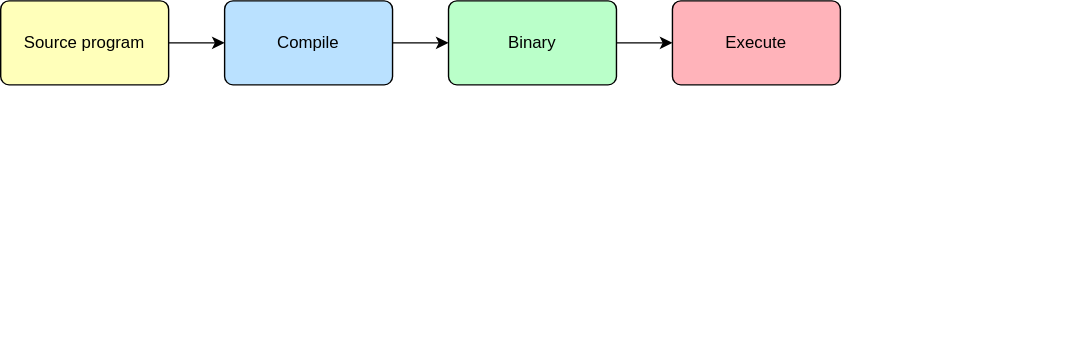
The draw.io diagram public/images/pgo/pgo4.svg in zBION1C/phd_presentation, before a commit. Source tidied: cells renumbered, new cells last; positions are measured from the earlier drawing's top-left corner, leaving out a move shared by most shapes.
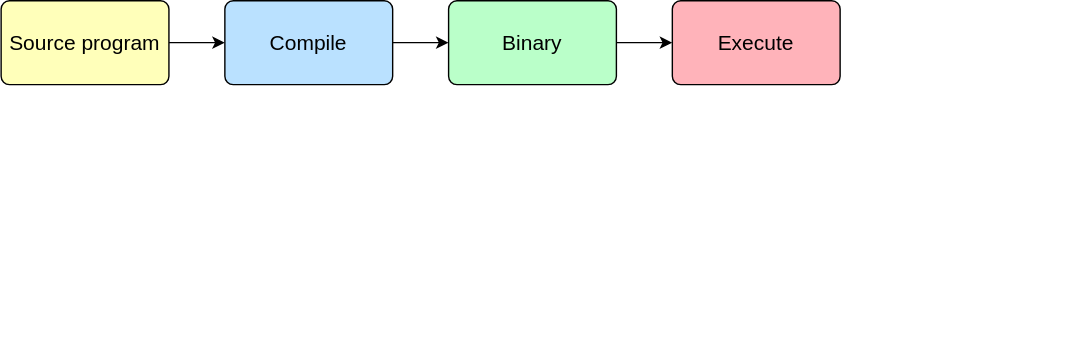
After the commit.

Change to the diagram source:
```diff
@@ -2,46 +2,46 @@
   <root>
     <mxCell id="0" />
     <mxCell id="1" parent="0" />
-    <mxCell id="2" style="edgeStyle=orthogonalEdgeStyle;rounded=0;jettySize=auto;html=1;" parent="1" edge="1" source="4" target="6">
+    <mxCell id="2" style="edgeStyle=orthogonalEdgeStyle;rounded=0;jettySize=auto;html=1;fontSize=15;" parent="1" edge="1" source="4" target="6">
       <mxGeometry relative="1" as="geometry" />
     </mxCell>
-    <mxCell id="3" style="edgeStyle=orthogonalEdgeStyle;rounded=1;jettySize=auto;html=1;exitX=0.5;exitY=1;exitDx=0;exitDy=0;entryX=0;entryY=0.5;entryDx=0;entryDy=0;strokeColor=default;align=center;verticalAlign=middle;arcSize=10;fontFamily=Helvetica;fontSize=12;fontColor=default;labelBackgroundColor=default;endArrow=classic;fillColor=#BAFFC9;opacity=0;textOpacity=0;" parent="1" edge="1" source="4" target="14">
+    <mxCell id="3" style="edgeStyle=orthogonalEdgeStyle;rounded=1;jettySize=auto;html=1;exitX=0.5;exitY=1;exitDx=0;exitDy=0;entryX=0;entryY=0.5;entryDx=0;entryDy=0;strokeColor=default;align=center;verticalAlign=middle;arcSize=10;fontFamily=Helvetica;fontSize=15;fontColor=default;labelBackgroundColor=default;endArrow=classic;fillColor=#BAFFC9;opacity=0;textOpacity=0;" parent="1" edge="1" source="4" target="14">
       <mxGeometry relative="1" as="geometry" />
     </mxCell>
-    <mxCell id="4" value="Source program" style="rounded=1;whiteSpace=wrap;html=1;arcSize=10;strokeColor=default;align=center;verticalAlign=middle;fontFamily=Helvetica;fontSize=12;fontColor=default;fillColor=#FFFFBA;fillOpacity=100;strokeOpacity=100;" parent="1" vertex="1">
+    <mxCell id="4" value="Source program" style="rounded=1;whiteSpace=wrap;html=1;arcSize=10;strokeColor=default;align=center;verticalAlign=middle;fontFamily=Helvetica;fontSize=15;fontColor=default;fillColor=#FFFFBA;fillOpacity=100;strokeOpacity=100;" parent="1" vertex="1">
       <mxGeometry width="120" height="60" as="geometry" />
     </mxCell>
-    <mxCell id="5" style="edgeStyle=orthogonalEdgeStyle;rounded=0;jettySize=auto;html=1;" parent="1" edge="1" source="6" target="8">
+    <mxCell id="5" style="edgeStyle=orthogonalEdgeStyle;rounded=0;jettySize=auto;html=1;fontSize=15;" parent="1" edge="1" source="6" target="8">
       <mxGeometry relative="1" as="geometry" />
     </mxCell>
-    <mxCell id="6" value="Compile" style="rounded=1;whiteSpace=wrap;html=1;arcSize=10;align=center;verticalAlign=middle;fontFamily=Helvetica;fontSize=12;fillOpacity=100;strokeOpacity=100;fillColor=#BAE1FF;" parent="1" vertex="1">
+    <mxCell id="6" value="Compile" style="rounded=1;whiteSpace=wrap;html=1;arcSize=10;align=center;verticalAlign=middle;fontFamily=Helvetica;fontSize=15;fillOpacity=100;strokeOpacity=100;fillColor=#BAE1FF;" parent="1" vertex="1">
       <mxGeometry x="160" width="120" height="60" as="geometry" />
     </mxCell>
-    <mxCell id="7" style="edgeStyle=orthogonalEdgeStyle;rounded=0;jettySize=auto;html=1;" parent="1" edge="1" source="8" target="10">
+    <mxCell id="7" style="edgeStyle=orthogonalEdgeStyle;rounded=0;jettySize=auto;html=1;fontSize=15;" parent="1" edge="1" source="8" target="10">
       <mxGeometry relative="1" as="geometry" />
     </mxCell>
-    <mxCell id="8" value="Binary" style="rounded=1;whiteSpace=wrap;html=1;arcSize=10;strokeColor=default;align=center;verticalAlign=middle;fontFamily=Helvetica;fontSize=12;fontColor=default;fillColor=#BAFFC9;fillOpacity=100;strokeOpacity=100;" parent="1" vertex="1">
+    <mxCell id="8" value="Binary" style="rounded=1;whiteSpace=wrap;html=1;arcSize=10;strokeColor=default;align=center;verticalAlign=middle;fontFamily=Helvetica;fontSize=15;fontColor=default;fillColor=#BAFFC9;fillOpacity=100;strokeOpacity=100;" parent="1" vertex="1">
       <mxGeometry x="320" width="120" height="60" as="geometry" />
     </mxCell>
-    <mxCell id="9" style="edgeStyle=orthogonalEdgeStyle;rounded=0;jettySize=auto;html=1;opacity=0;textOpacity=0;" parent="1" edge="1" source="10" target="12">
+    <mxCell id="9" style="edgeStyle=orthogonalEdgeStyle;rounded=0;jettySize=auto;html=1;opacity=0;textOpacity=0;fontSize=15;" parent="1" edge="1" source="10" target="12">
       <mxGeometry relative="1" as="geometry" />
     </mxCell>
-    <mxCell id="10" value="Execute" style="rounded=1;whiteSpace=wrap;html=1;arcSize=10;strokeColor=default;align=center;verticalAlign=middle;fontFamily=Helvetica;fontSize=12;fontColor=default;fillColor=#FFB3BA;fillOpacity=100;strokeOpacity=100;" parent="1" vertex="1">
+    <mxCell id="10" value="Execute" style="rounded=1;whiteSpace=wrap;html=1;arcSize=10;strokeColor=default;align=center;verticalAlign=middle;fontFamily=Helvetica;fontSize=15;fontColor=default;fillColor=#FFB3BA;fillOpacity=100;strokeOpacity=100;" parent="1" vertex="1">
       <mxGeometry x="480" width="120" height="60" as="geometry" />
     </mxCell>
-    <mxCell id="11" style="edgeStyle=orthogonalEdgeStyle;rounded=1;jettySize=auto;html=1;exitX=0.5;exitY=1;exitDx=0;exitDy=0;entryX=1;entryY=0.5;entryDx=0;entryDy=0;strokeColor=default;align=center;verticalAlign=middle;arcSize=10;fontFamily=Helvetica;fontSize=12;fontColor=default;fillColor=#BAFFC9;opacity=0;textOpacity=0;" parent="1" edge="1" source="12" target="14">
+    <mxCell id="11" style="edgeStyle=orthogonalEdgeStyle;rounded=1;jettySize=auto;html=1;exitX=0.5;exitY=1;exitDx=0;exitDy=0;entryX=1;entryY=0.5;entryDx=0;entryDy=0;strokeColor=default;align=center;verticalAlign=middle;arcSize=10;fontFamily=Helvetica;fontSize=15;fontColor=default;fillColor=#BAFFC9;opacity=0;textOpacity=0;" parent="1" edge="1" source="12" target="14">
       <mxGeometry relative="1" as="geometry" />
     </mxCell>
-    <mxCell id="12" value="Profile" style="rounded=1;whiteSpace=wrap;html=1;arcSize=10;strokeColor=default;align=center;verticalAlign=middle;fontFamily=Helvetica;fontSize=12;fontColor=default;fillColor=#FFDFBA;fillOpacity=100;strokeOpacity=100;opacity=0;textOpacity=0;" parent="1" vertex="1">
+    <mxCell id="12" value="Profile" style="rounded=1;whiteSpace=wrap;html=1;arcSize=10;strokeColor=default;align=center;verticalAlign=middle;fontFamily=Helvetica;fontSize=15;fontColor=default;fillColor=#FFDFBA;fillOpacity=100;strokeOpacity=100;opacity=0;textOpacity=0;" parent="1" vertex="1">
       <mxGeometry x="640" width="120" height="60" as="geometry" />
     </mxCell>
-    <mxCell id="13" style="edgeStyle=orthogonalEdgeStyle;rounded=0;jettySize=auto;html=1;opacity=0;textOpacity=0;" parent="1" edge="1" source="14" target="15">
+    <mxCell id="13" style="edgeStyle=orthogonalEdgeStyle;rounded=0;jettySize=auto;html=1;opacity=0;textOpacity=0;fontSize=15;" parent="1" edge="1" source="14" target="15">
       <mxGeometry relative="1" as="geometry" />
     </mxCell>
-    <mxCell id="14" value="Compile" style="rounded=1;whiteSpace=wrap;html=1;arcSize=10;strokeColor=default;align=center;verticalAlign=middle;fontFamily=Helvetica;fontSize=12;fontColor=default;fillColor=#BAE1FF;fillOpacity=100;strokeOpacity=100;opacity=0;textOpacity=0;" parent="1" vertex="1">
+    <mxCell id="14" value="Compile" style="rounded=1;whiteSpace=wrap;html=1;arcSize=10;strokeColor=default;align=center;verticalAlign=middle;fontFamily=Helvetica;fontSize=15;fontColor=default;fillColor=#BAE1FF;fillOpacity=100;strokeOpacity=100;opacity=0;textOpacity=0;" parent="1" vertex="1">
       <mxGeometry x="320" y="90" width="120" height="60" as="geometry" />
     </mxCell>
-    <mxCell id="15" value="PGO binary" style="rounded=1;whiteSpace=wrap;html=1;arcSize=10;strokeColor=default;align=center;verticalAlign=middle;fontFamily=Helvetica;fontSize=12;fontColor=default;fillColor=#BAFFC9;fillOpacity=100;strokeOpacity=100;opacity=0;textOpacity=0;" parent="1" vertex="1">
+    <mxCell id="15" value="PGO binary" style="rounded=1;whiteSpace=wrap;html=1;arcSize=10;strokeColor=default;align=center;verticalAlign=middle;fontFamily=Helvetica;fontSize=15;fontColor=default;fillColor=#BAFFC9;fillOpacity=100;strokeOpacity=100;opacity=0;textOpacity=0;" parent="1" vertex="1">
       <mxGeometry x="320" y="180" width="120" height="60" as="geometry" />
     </mxCell>
   </root>
```
